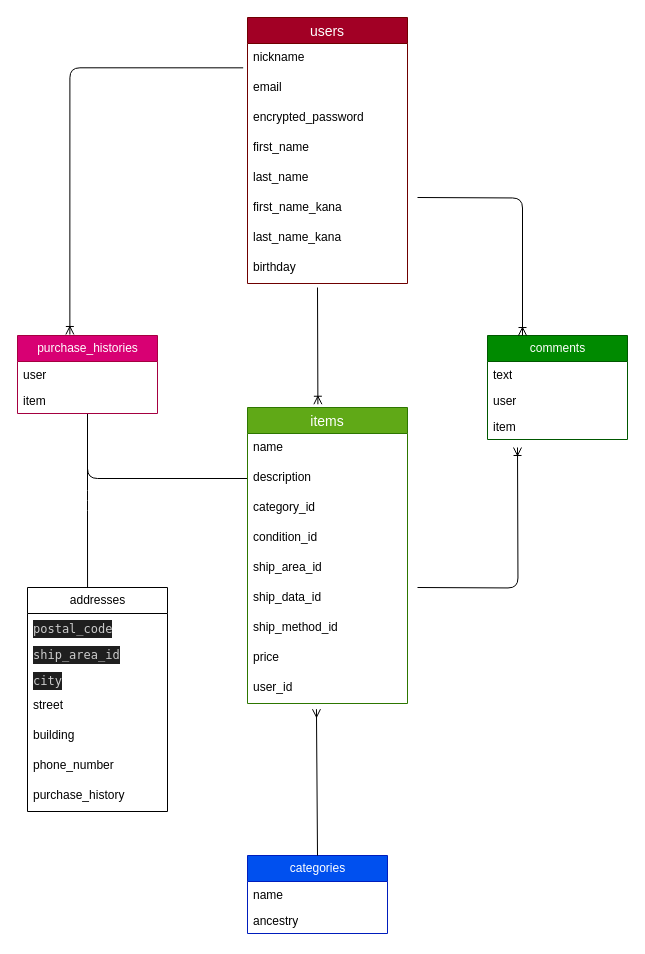
Earlier version of the draw.io diagram test.dio (yosyua0016/furima-40345). Source tidied: cells renumbered, new cells numbered last; positions are measured from the earlier drawing's top-left corner, leaving out a move shared by most shapes. Both pictures are drawn from the tidied source at 100%, with x=0, y=0 at pixel (17, 17).
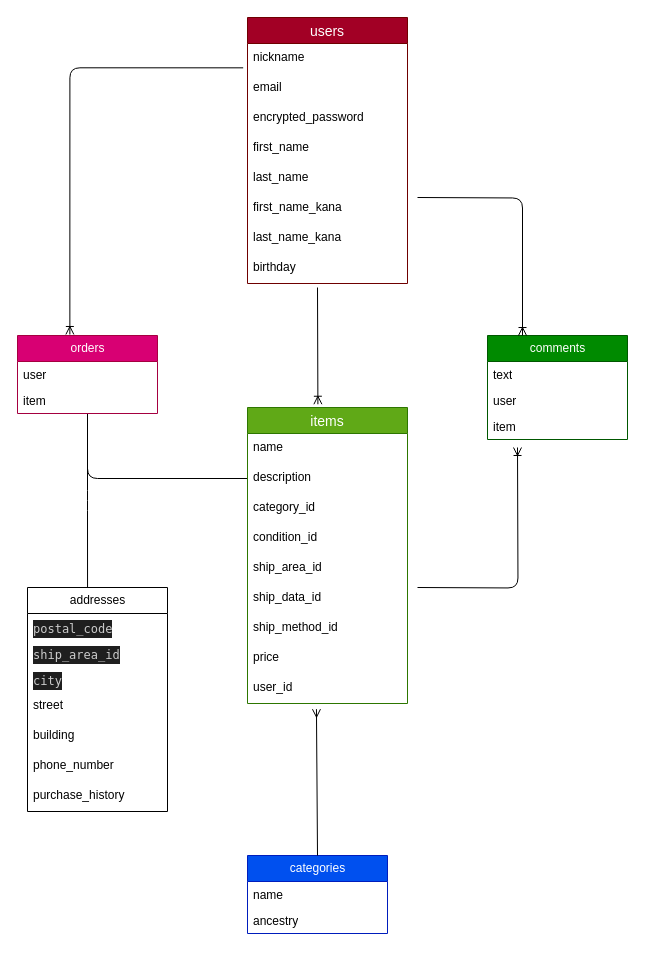
Above is the later version.

Change to the diagram source:
```diff
@@
-    <mxCell id="12" value="purchase_histories" style="swimlane;fontStyle=0;horizontal=1;startSize=26;fillColor=#d80073;html=1;fontColor=#ffffff;strokeColor=#A50040;" parent="1" vertex="1">
+    <mxCell id="12" value="orders" style="swimlane;fontStyle=0;horizontal=1;startSize=26;fillColor=#d80073;html=1;fontColor=#ffffff;strokeColor=#A50040;" parent="1" vertex="1">
       <mxGeometry y="318" width="140" height="78" as="geometry" />
     </mxCell>
```
